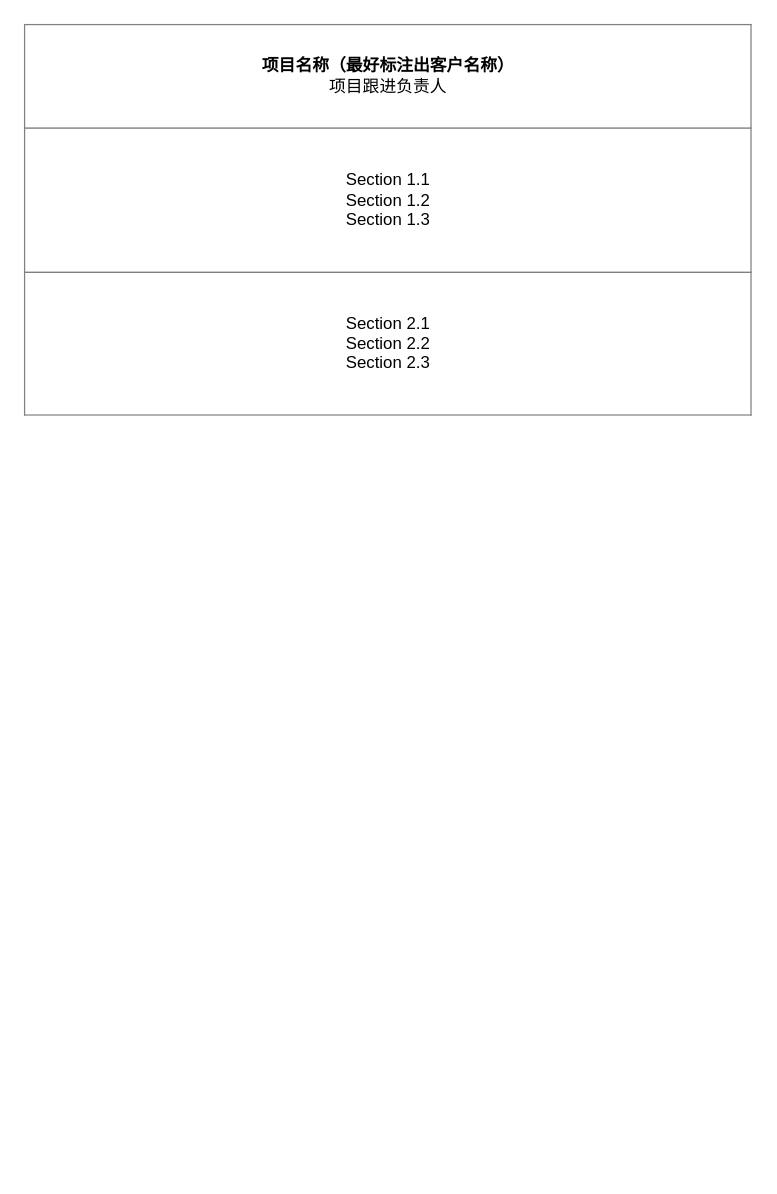
LiteZhang/OkMVP keeps this draw.io diagram as ProjectTemplateDoc.drawio. Above is the earlier version. Source tidied: cells renumbered, new cells numbered last; positions are measured from the earlier drawing's top-left corner, leaving out a move shared by most shapes. Both pictures are drawn from the tidied source at 140%, with x=0, y=0 at pixel (24, 24).
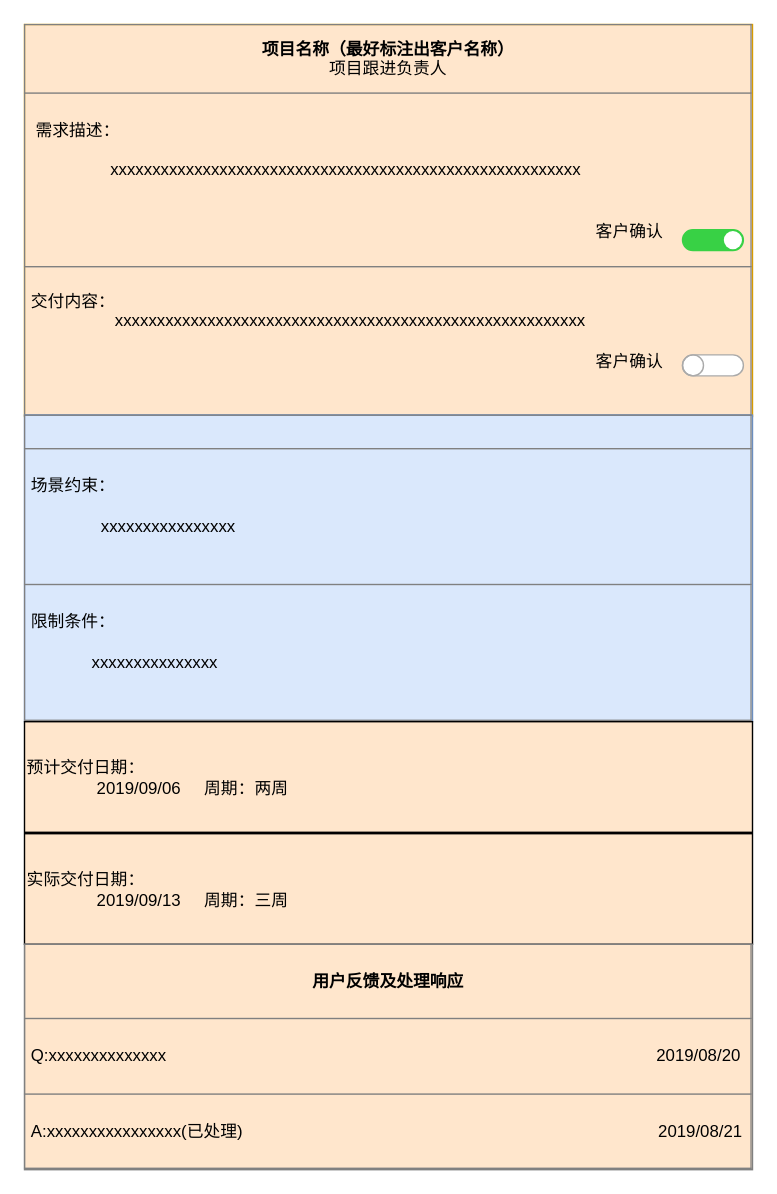
Above is the later version.

What changed in the source:
```diff
@@
 <mxGraphModel>
   <root>
     <mxCell id="0" />
     <mxCell id="1" parent="0" />
-    <mxCell id="2" value="&lt;table border=&quot;1&quot; width=&quot;100%&quot; cellpadding=&quot;4&quot; style=&quot;width: 100% ; height: 100% ; border-collapse: collapse&quot;&gt;&lt;tbody&gt;&lt;tr&gt;&lt;th align=&quot;center&quot;&gt;项目名称（最好标注出客户名称）&lt;br&gt;&lt;span style=&quot;font-weight: normal&quot;&gt;项目跟进负责人&lt;/span&gt;&lt;/th&gt;&lt;/tr&gt;&lt;tr&gt;&lt;td align=&quot;center&quot;&gt;Section 1.1&lt;br&gt;Section 1.2&lt;br&gt;Section 1.3&lt;/td&gt;&lt;/tr&gt;&lt;tr&gt;&lt;td align=&quot;center&quot;&gt;Section 2.1&lt;br&gt;Section 2.2&lt;br&gt;Section 2.3&lt;/td&gt;&lt;/tr&gt;&lt;/tbody&gt;&lt;/table&gt;" style="text;html=1;strokeColor=none;fillColor=none;overflow=fill;" parent="1" vertex="1">
+    <mxCell id="2" value="&lt;table border=&quot;1&quot; width=&quot;100%&quot; cellpadding=&quot;4&quot; style=&quot;width: 100% ; height: 100% ; border-collapse: collapse&quot;&gt;&lt;tbody&gt;&lt;tr&gt;&lt;th align=&quot;center&quot;&gt;项目名称（最好标注出客户名称）&lt;br&gt;&lt;span style=&quot;font-weight: normal&quot;&gt;项目跟进负责人&lt;/span&gt;&lt;/th&gt;&lt;/tr&gt;&lt;tr&gt;&lt;td align=&quot;center&quot;&gt;&lt;div style=&quot;text-align: left&quot;&gt;&amp;nbsp;需求描述：&amp;nbsp;&amp;nbsp;&lt;/div&gt;&lt;div style=&quot;text-align: left&quot;&gt;&amp;nbsp; &amp;nbsp; &amp;nbsp; &amp;nbsp; &amp;nbsp; &amp;nbsp; &amp;nbsp; &amp;nbsp; &amp;nbsp; &amp;nbsp; &amp;nbsp; &amp;nbsp; &amp;nbsp; &amp;nbsp; &amp;nbsp; &amp;nbsp; &amp;nbsp; &amp;nbsp; &amp;nbsp; &amp;nbsp; &amp;nbsp; &amp;nbsp; &amp;nbsp; &amp;nbsp; &amp;nbsp; &amp;nbsp; &amp;nbsp; &amp;nbsp; &amp;nbsp; &amp;nbsp; &amp;nbsp; &amp;nbsp; &amp;nbsp; &amp;nbsp; &amp;nbsp; &amp;nbsp; &amp;nbsp; &amp;nbsp; &amp;nbsp; &amp;nbsp; &amp;nbsp; &amp;nbsp; &amp;nbsp; &amp;nbsp; &amp;nbsp; &amp;nbsp; &amp;nbsp; &amp;nbsp; &amp;nbsp; &amp;nbsp; &amp;nbsp; &amp;nbsp; &amp;nbsp; &amp;nbsp; &amp;nbsp; &amp;nbsp; &amp;nbsp; &amp;nbsp; &amp;nbsp; &amp;nbsp; &amp;nbsp;&amp;nbsp;&lt;/div&gt;&lt;div style=&quot;text-align: left&quot;&gt;&amp;nbsp; &amp;nbsp; &amp;nbsp; &amp;nbsp; &amp;nbsp; &amp;nbsp; &amp;nbsp; &amp;nbsp; &amp;nbsp;&lt;span&gt;xxxxxxxxxxxxxx&lt;/span&gt;&lt;span&gt;xxxxxxxxxxxxxx&lt;/span&gt;&lt;span&gt;xxxxxxxxxxxxxx&lt;/span&gt;&lt;span&gt;xxxxxxxxxxxxxx&lt;/span&gt;&lt;/div&gt;&lt;div style=&quot;text-align: left&quot;&gt;&lt;br&gt;&lt;/div&gt;&lt;div style=&quot;text-align: left&quot;&gt;&amp;nbsp; &amp;nbsp; &amp;nbsp; &amp;nbsp; &amp;nbsp; &amp;nbsp; &amp;nbsp; &amp;nbsp; &amp;nbsp; &amp;nbsp; &amp;nbsp; &amp;nbsp; &amp;nbsp; &amp;nbsp; &amp;nbsp; &amp;nbsp; &amp;nbsp; &amp;nbsp; &amp;nbsp; &amp;nbsp; &amp;nbsp; &amp;nbsp; &amp;nbsp; &amp;nbsp; &amp;nbsp; &amp;nbsp; &amp;nbsp; &amp;nbsp; &amp;nbsp; &amp;nbsp; &amp;nbsp; &amp;nbsp; &amp;nbsp; &amp;nbsp; &amp;nbsp; &amp;nbsp; &amp;nbsp; &amp;nbsp; &amp;nbsp; &amp;nbsp; &amp;nbsp; &amp;nbsp; &amp;nbsp; &amp;nbsp; &amp;nbsp; &amp;nbsp; &amp;nbsp; &amp;nbsp; &amp;nbsp; &amp;nbsp; &amp;nbsp; &amp;nbsp; &amp;nbsp; &amp;nbsp; &amp;nbsp; &amp;nbsp; &amp;nbsp; &amp;nbsp; &amp;nbsp; &amp;nbsp; &amp;nbsp;&lt;/div&gt;&lt;div style=&quot;text-align: left&quot;&gt;&amp;nbsp; &amp;nbsp; &amp;nbsp; &amp;nbsp; &amp;nbsp; &amp;nbsp; &amp;nbsp; &amp;nbsp; &amp;nbsp; &amp;nbsp; &amp;nbsp; &amp;nbsp; &amp;nbsp; &amp;nbsp; &amp;nbsp; &amp;nbsp; &amp;nbsp; &amp;nbsp; &amp;nbsp; &amp;nbsp; &amp;nbsp; &amp;nbsp; &amp;nbsp; &amp;nbsp; &amp;nbsp; &amp;nbsp; &amp;nbsp; &amp;nbsp; &amp;nbsp; &amp;nbsp; &amp;nbsp; &amp;nbsp; &amp;nbsp; &amp;nbsp; &amp;nbsp; &amp;nbsp; &amp;nbsp; &amp;nbsp; &amp;nbsp; &amp;nbsp; &amp;nbsp; &amp;nbsp; &amp;nbsp; &amp;nbsp; &amp;nbsp; &amp;nbsp; &amp;nbsp; &amp;nbsp; &amp;nbsp; &amp;nbsp; &amp;nbsp; &amp;nbsp; &amp;nbsp; &amp;nbsp; &amp;nbsp; &amp;nbsp; &amp;nbsp; &amp;nbsp; &amp;nbsp; &amp;nbsp; &amp;nbsp;客户确认&lt;/div&gt;&lt;/td&gt;&lt;/tr&gt;&lt;tr&gt;&lt;td align=&quot;center&quot; style=&quot;text-align: left&quot;&gt;交付内容：&lt;br&gt;&amp;nbsp; &amp;nbsp; &amp;nbsp; &amp;nbsp; &amp;nbsp; &amp;nbsp; &amp;nbsp; &amp;nbsp; &amp;nbsp; &lt;span&gt;xxxxxxxxxxxxxx&lt;/span&gt;&lt;span&gt;xxxxxxxxxxxxxx&lt;/span&gt;&lt;span&gt;xxxxxxxxxxxxxx&lt;/span&gt;&lt;span&gt;xxxxxxxxxxxxxx&lt;br&gt;&lt;br&gt;&amp;nbsp; &amp;nbsp; &amp;nbsp; &amp;nbsp; &amp;nbsp; &amp;nbsp; &amp;nbsp; &amp;nbsp; &amp;nbsp; &amp;nbsp; &amp;nbsp; &amp;nbsp; &amp;nbsp; &amp;nbsp; &amp;nbsp; &amp;nbsp; &amp;nbsp; &amp;nbsp; &amp;nbsp; &amp;nbsp; &amp;nbsp; &amp;nbsp; &amp;nbsp; &amp;nbsp; &amp;nbsp; &amp;nbsp; &amp;nbsp; &amp;nbsp; &amp;nbsp; &amp;nbsp; &amp;nbsp; &amp;nbsp; &amp;nbsp; &amp;nbsp; &amp;nbsp; &amp;nbsp; &amp;nbsp; &amp;nbsp; &amp;nbsp; &amp;nbsp; &amp;nbsp; &amp;nbsp; &amp;nbsp; &amp;nbsp; &amp;nbsp; &amp;nbsp; &amp;nbsp; &amp;nbsp; &amp;nbsp; &amp;nbsp; &amp;nbsp; &amp;nbsp; &amp;nbsp; &amp;nbsp; &amp;nbsp; &amp;nbsp; &amp;nbsp; &amp;nbsp; &amp;nbsp; &amp;nbsp; &amp;nbsp;客户确认&lt;br&gt;&lt;/span&gt;&lt;div&gt;&lt;br&gt;&lt;/div&gt;&lt;/td&gt;&lt;/tr&gt;&lt;/tbody&gt;&lt;/table&gt;" style="text;html=1;strokeColor=#d79b00;fillColor=#ffe6cc;overflow=fill;" parent="1" vertex="1">
       <mxGeometry width="520" height="280" as="geometry" />
     </mxCell>
+    <mxCell id="3" style="html=1;verticalLabelPosition=bottom;labelBackgroundColor=#ffffff;verticalAlign=top;shadow=0;dashed=0;strokeWidth=1;shape=mxgraph.ios7ui.onOffButton;buttonState=on;strokeColor=#38D145;strokeColor2=#aaaaaa;fillColor=#38D145;fillColor2=#ffffff;" parent="1" vertex="1">
+      <mxGeometry x="470" y="146.5" width="43.5" height="15" as="geometry" />
+    </mxCell>
+    <mxCell id="4" style="html=1;verticalLabelPosition=bottom;labelBackgroundColor=#ffffff;verticalAlign=top;shadow=0;dashed=0;strokeWidth=1;shape=mxgraph.ios7ui.onOffButton;buttonState=off;strokeColor=#38D145;strokeColor2=#aaaaaa;fillColor=#38D145;fillColor2=#ffffff;" parent="1" vertex="1">
+      <mxGeometry x="470" y="236" width="43.5" height="15" as="geometry" />
+    </mxCell>
+    <mxCell id="5" value="&lt;table border=&quot;1&quot; width=&quot;100%&quot; cellpadding=&quot;4&quot; style=&quot;width: 100% ; height: 100% ; border-collapse: collapse&quot;&gt;&lt;tbody&gt;&lt;tr&gt;&lt;th align=&quot;center&quot;&gt;&lt;br&gt;&lt;/th&gt;&lt;/tr&gt;&lt;tr&gt;&lt;td align=&quot;center&quot; style=&quot;text-align: left&quot;&gt;&lt;br&gt;场景约束：&lt;br&gt;&lt;br&gt;&amp;nbsp; &amp;nbsp; &amp;nbsp; &amp;nbsp; &amp;nbsp; &amp;nbsp; &amp;nbsp; &amp;nbsp;xxxxxxxxxxxxxxxx&lt;br&gt;&lt;br&gt;&lt;br&gt;&lt;/td&gt;&lt;/tr&gt;&lt;tr&gt;&lt;td align=&quot;center&quot; style=&quot;text-align: left&quot;&gt;&lt;br&gt;限制条件：&lt;br&gt;&amp;nbsp; &amp;nbsp; &amp;nbsp; &amp;nbsp; &amp;nbsp; &amp;nbsp; &amp;nbsp; &lt;br&gt;&amp;nbsp; &amp;nbsp; &amp;nbsp; &amp;nbsp; &amp;nbsp; &amp;nbsp; &amp;nbsp;xxxxxxxxxxxxxxx&lt;br&gt;&lt;br&gt;&lt;br&gt;&lt;/td&gt;&lt;/tr&gt;&lt;/tbody&gt;&lt;/table&gt;" style="text;html=1;strokeColor=#6c8ebf;fillColor=#dae8fc;overflow=fill;" parent="1" vertex="1">
+      <mxGeometry y="279" width="520" height="219" as="geometry" />
+    </mxCell>
+    <mxCell id="6" value="预计交付日期：&lt;br&gt;&amp;nbsp; &amp;nbsp; &amp;nbsp; &amp;nbsp; &amp;nbsp; &amp;nbsp; &amp;nbsp; &amp;nbsp;2019/09/06&amp;nbsp; &amp;nbsp; &amp;nbsp;周期：两周" style="rounded=0;whiteSpace=wrap;html=1;align=left;fillColor=#ffe6cc;strokeColor=#000000;" parent="1" vertex="1">
+      <mxGeometry y="498" width="520" height="79" as="geometry" />
+    </mxCell>
+    <mxCell id="7" value="实际交付日期：&lt;br&gt;&amp;nbsp; &amp;nbsp; &amp;nbsp; &amp;nbsp; &amp;nbsp; &amp;nbsp; &amp;nbsp; &amp;nbsp;2019/09/13&amp;nbsp; &amp;nbsp; &amp;nbsp;周期：三周" style="rounded=0;whiteSpace=wrap;html=1;align=left;fillColor=#ffe6cc;strokeColor=#000000;" parent="1" vertex="1">
+      <mxGeometry y="578" width="520" height="79" as="geometry" />
+    </mxCell>
+    <mxCell id="8" value="&lt;table border=&quot;1&quot; width=&quot;100%&quot; cellpadding=&quot;4&quot; style=&quot;width: 100% ; height: 100% ; border-collapse: collapse&quot;&gt;&lt;tbody&gt;&lt;tr&gt;&lt;th align=&quot;center&quot;&gt;用户反馈及处理响应&lt;/th&gt;&lt;/tr&gt;&lt;tr&gt;&lt;td align=&quot;center&quot; style=&quot;text-align: left&quot;&gt;Q:xxxxxxxxxxxxxx&amp;nbsp; &amp;nbsp; &amp;nbsp; &amp;nbsp; &amp;nbsp; &amp;nbsp; &amp;nbsp; &amp;nbsp; &amp;nbsp; &amp;nbsp; &amp;nbsp; &amp;nbsp; &amp;nbsp; &amp;nbsp; &amp;nbsp; &amp;nbsp; &amp;nbsp; &amp;nbsp; &amp;nbsp; &amp;nbsp; &amp;nbsp; &amp;nbsp; &amp;nbsp; &amp;nbsp; &amp;nbsp; &amp;nbsp; &amp;nbsp; &amp;nbsp; &amp;nbsp; &amp;nbsp; &amp;nbsp; &amp;nbsp; &amp;nbsp; &amp;nbsp; &amp;nbsp; &amp;nbsp; &amp;nbsp; &amp;nbsp; &amp;nbsp; &amp;nbsp; &amp;nbsp; &amp;nbsp; &amp;nbsp; &amp;nbsp; &amp;nbsp; &amp;nbsp; &amp;nbsp; &amp;nbsp; &amp;nbsp; &amp;nbsp; &amp;nbsp; &amp;nbsp; &amp;nbsp;2019/08/20&lt;br&gt;&lt;/td&gt;&lt;/tr&gt;&lt;tr&gt;&lt;td align=&quot;center&quot; style=&quot;text-align: left&quot;&gt;A:xxxxxxxxxxxxxxxx(已处理)&amp;nbsp; &amp;nbsp; &amp;nbsp; &amp;nbsp; &amp;nbsp; &amp;nbsp; &amp;nbsp; &amp;nbsp; &amp;nbsp; &amp;nbsp; &amp;nbsp; &amp;nbsp; &amp;nbsp; &amp;nbsp; &amp;nbsp; &amp;nbsp; &amp;nbsp; &amp;nbsp; &amp;nbsp; &amp;nbsp; &amp;nbsp; &amp;nbsp; &amp;nbsp; &amp;nbsp; &amp;nbsp; &amp;nbsp; &amp;nbsp; &amp;nbsp; &amp;nbsp; &amp;nbsp; &amp;nbsp; &amp;nbsp; &amp;nbsp; &amp;nbsp; &amp;nbsp; &amp;nbsp; &amp;nbsp; &amp;nbsp; &amp;nbsp; &amp;nbsp; &amp;nbsp; &amp;nbsp; &amp;nbsp; &amp;nbsp; &amp;nbsp;2019/08/21&lt;/td&gt;&lt;/tr&gt;&lt;/tbody&gt;&lt;/table&gt;" style="text;html=1;strokeColor=#808080;fillColor=#ffe6cc;overflow=fill;" parent="1" vertex="1">
+      <mxGeometry y="657" width="520" height="161" as="geometry" />
+    </mxCell>
   </root>
 </mxGraphModel>
```
